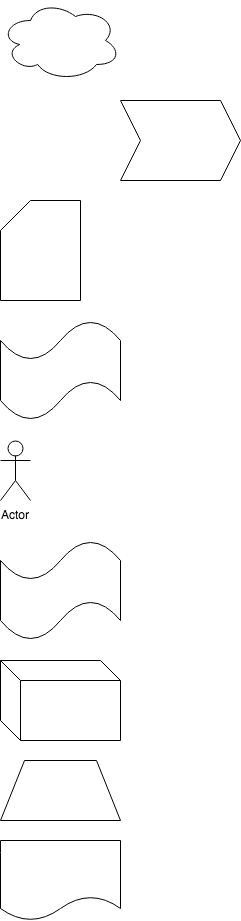
This is test.png from TKKRTKY/benkyoukai_2018, a draw.io export, as it was before one commit. Source tidied: cells renumbered, new cells last; positions are measured from the earlier drawing's top-left corner, leaving out a move shared by most shapes.
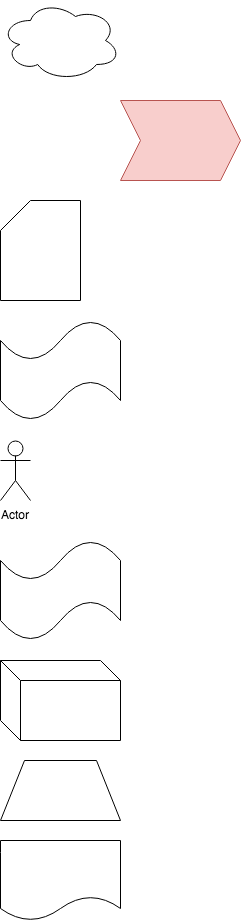
After the change.

The edit, as a diff of the source:
```diff
@@ -5,7 +5,7 @@
     <mxCell id="2" style="ellipse;shape=cloud;whiteSpace=wrap;html=1;" parent="1" vertex="1">
       <mxGeometry width="120" height="80" as="geometry" />
     </mxCell>
-    <mxCell id="3" style="shape=step;perimeter=stepPerimeter;whiteSpace=wrap;html=1;fixedSize=1;" parent="1" vertex="1">
+    <mxCell id="3" style="shape=step;perimeter=stepPerimeter;whiteSpace=wrap;html=1;fixedSize=1;fillColor=#f8cecc;strokeColor=#b85450;" parent="1" vertex="1">
       <mxGeometry x="120" y="100" width="120" height="80" as="geometry" />
     </mxCell>
     <mxCell id="4" style="shape=card;whiteSpace=wrap;html=1;" parent="1" vertex="1">
```
